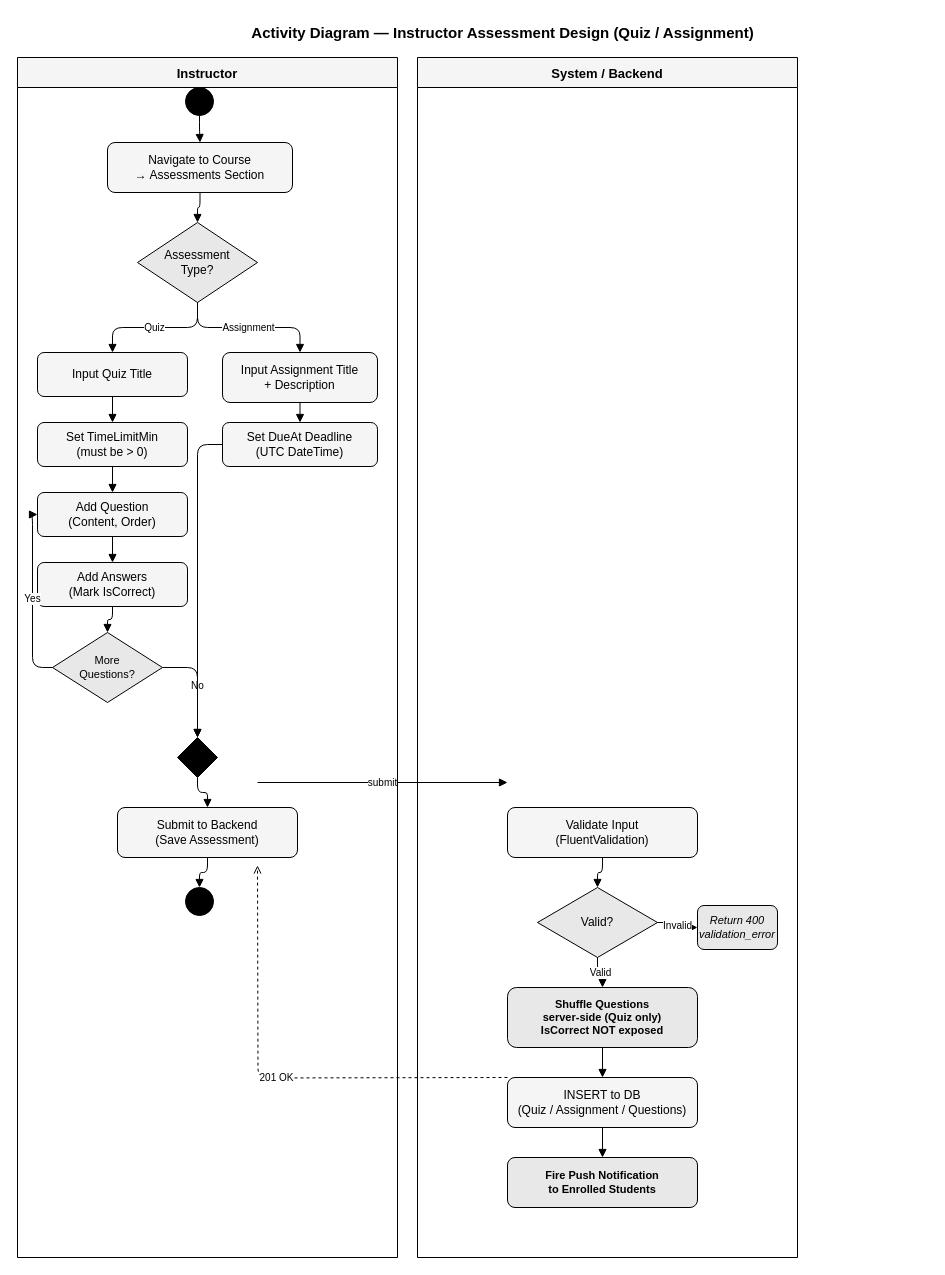
Above: page "Tab3 – Activity (Assessment Design)" (3 of 3) of BPMN/Phase2_Course_Management.drawio in ThaoChie/Elearning-Sys (draw.io), before the change. Source tidied: cells renumbered, new cells numbered last; positions are measured from the earlier drawing's top-left corner, leaving out a move shared by most shapes. Both pictures are drawn from the tidied source at 100%, with x=0, y=0 at pixel (17, 17).
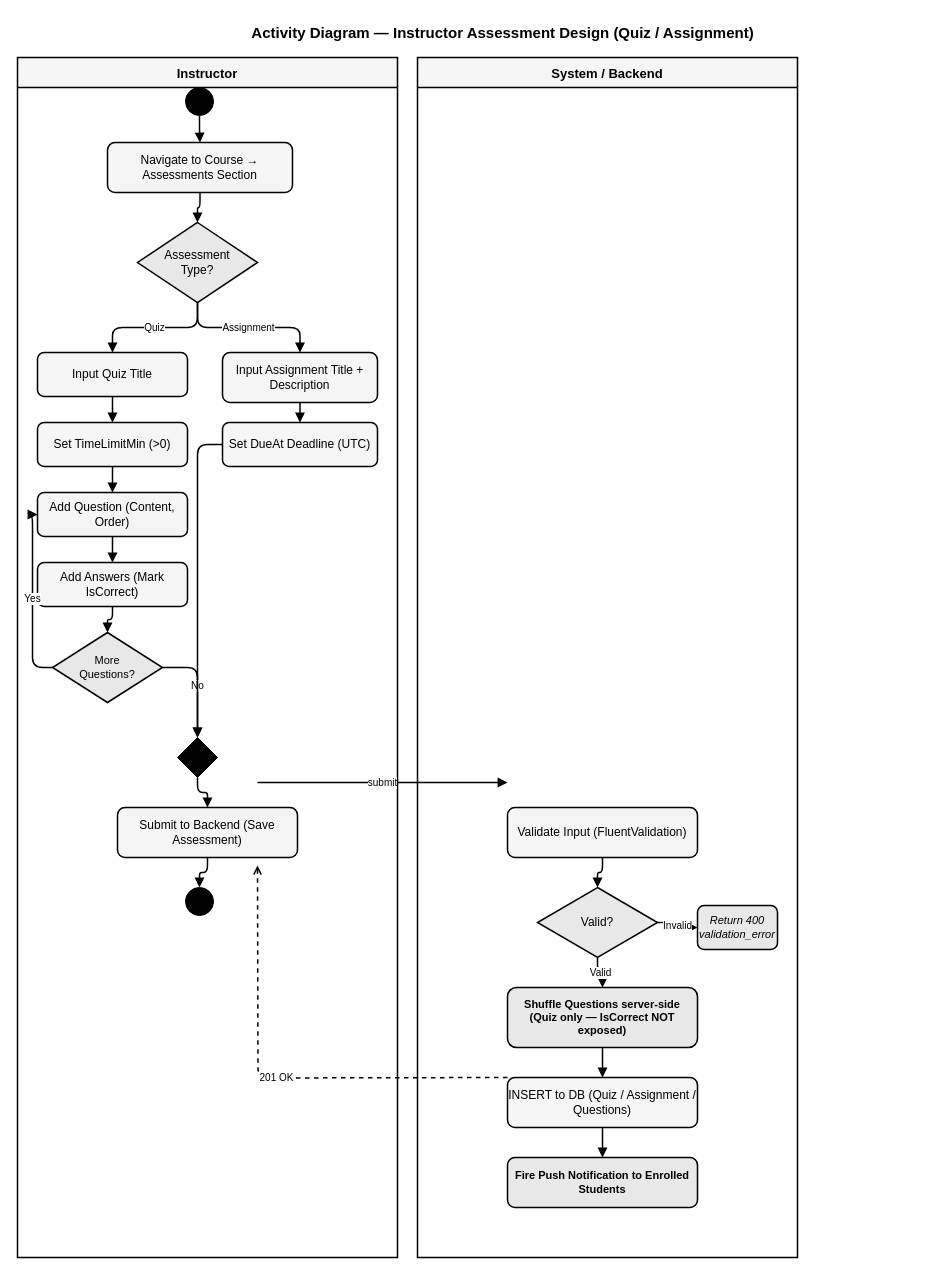
Above is the later version.

Unchanged cells that the change refers to:
```xml
<mxCell id="5" style="ellipse;fillColor=#000000;strokeColor=#000000;" parent="3" vertex="1">
  <mxGeometry x="168" y="30" width="28" height="28" as="geometry" />
</mxCell>
<mxCell id="15" style="rhombus;whiteSpace=wrap;html=1;fillColor=#000000;strokeColor=#000000;" parent="3" vertex="1">
  <mxGeometry x="160" y="680" width="40" height="40" as="geometry" />
</mxCell>
<mxCell id="17" style="ellipse;fillColor=#000000;strokeColor=#000000;shape=doubleEllipse;" parent="3" vertex="1">
  <mxGeometry x="168" y="830" width="28" height="28" as="geometry" />
</mxCell>
```

What changed in the source:
```diff
@@
-    <mxCell id="3" value="Instructor" style="swimlane;startSize=30;fillColor=#f5f5f5;strokeColor=#000000;fontStyle=1;fontSize=13;fontColor=#000000;" parent="1" vertex="1">
+    <mxCell id="3" value="Instructor" style="swimlane;startSize=30;fillColor=#f5f5f5;strokeColor=#000000;strokeWidth=1.5;fontStyle=1;fontSize=13;fontColor=#000000;" parent="1" vertex="1">
       <mxGeometry y="40" width="380" height="1200" as="geometry" />
     </mxCell>
-    <mxCell id="4" value="System / Backend" style="swimlane;startSize=30;fillColor=#f5f5f5;strokeColor=#000000;fontStyle=1;fontSize=13;fontColor=#000000;" parent="1" vertex="1">
+    <mxCell id="4" value="System / Backend" style="swimlane;startSize=30;fillColor=#f5f5f5;strokeColor=#000000;strokeWidth=1.5;fontStyle=1;fontSize=13;fontColor=#000000;" parent="1" vertex="1">
       <mxGeometry x="400" y="40" width="380" height="1200" as="geometry" />
     </mxCell>
@@
-    <mxCell id="6" value="Navigate to Course&#10;→ Assessments Section" style="rounded=1;whiteSpace=wrap;html=1;fillColor=#f5f5f5;strokeColor=#000000;fontSize=12;fontColor=#000000;" parent="3" vertex="1">
+    <mxCell id="6" value="Navigate to Course → Assessments Section" style="rounded=1;whiteSpace=wrap;html=1;fillColor=#f5f5f5;strokeColor=#000000;strokeWidth=1.5;fontSize=12;fontColor=#000000;" parent="3" vertex="1">
       <mxGeometry x="90" y="85" width="185" height="50" as="geometry" />
     </mxCell>
-    <mxCell id="7" value="Assessment&#10;Type?" style="rhombus;whiteSpace=wrap;html=1;fillColor=#e8e8e8;strokeColor=#000000;fontSize=12;fontColor=#000000;" parent="3" vertex="1">
+    <mxCell id="7" value="Assessment&#10;Type?" style="rhombus;whiteSpace=wrap;html=1;fillColor=#e8e8e8;strokeColor=#000000;strokeWidth=1.5;fontSize=12;fontColor=#000000;" parent="3" vertex="1">
       <mxGeometry x="120" y="165" width="120" height="80" as="geometry" />
     </mxCell>
-    <mxCell id="8" value="Input Quiz Title" style="rounded=1;whiteSpace=wrap;html=1;fillColor=#f5f5f5;strokeColor=#000000;fontSize=12;fontColor=#000000;" parent="3" vertex="1">
+    <mxCell id="8" value="Input Quiz Title" style="rounded=1;whiteSpace=wrap;html=1;fillColor=#f5f5f5;strokeColor=#000000;strokeWidth=1.5;fontSize=12;fontColor=#000000;" parent="3" vertex="1">
       <mxGeometry x="20" y="295" width="150" height="44" as="geometry" />
     </mxCell>
-    <mxCell id="9" value="Set TimeLimitMin&#10;(must be &gt; 0)" style="rounded=1;whiteSpace=wrap;html=1;fillColor=#f5f5f5;strokeColor=#000000;fontSize=12;fontColor=#000000;" parent="3" vertex="1">
+    <mxCell id="9" value="Set TimeLimitMin (&gt;0)" style="rounded=1;whiteSpace=wrap;html=1;fillColor=#f5f5f5;strokeColor=#000000;strokeWidth=1.5;fontSize=12;fontColor=#000000;" parent="3" vertex="1">
       <mxGeometry x="20" y="365" width="150" height="44" as="geometry" />
     </mxCell>
-    <mxCell id="10" value="Add Question&#10;(Content, Order)" style="rounded=1;whiteSpace=wrap;html=1;fillColor=#f5f5f5;strokeColor=#000000;fontSize=12;fontColor=#000000;" parent="3" vertex="1">
+    <mxCell id="10" value="Add Question (Content, Order)" style="rounded=1;whiteSpace=wrap;html=1;fillColor=#f5f5f5;strokeColor=#000000;strokeWidth=1.5;fontSize=12;fontColor=#000000;" parent="3" vertex="1">
       <mxGeometry x="20" y="435" width="150" height="44" as="geometry" />
     </mxCell>
-    <mxCell id="11" value="Add Answers&#10;(Mark IsCorrect)" style="rounded=1;whiteSpace=wrap;html=1;fillColor=#f5f5f5;strokeColor=#000000;fontSize=12;fontColor=#000000;" parent="3" vertex="1">
+    <mxCell id="11" value="Add Answers (Mark IsCorrect)" style="rounded=1;whiteSpace=wrap;html=1;fillColor=#f5f5f5;strokeColor=#000000;strokeWidth=1.5;fontSize=12;fontColor=#000000;" parent="3" vertex="1">
       <mxGeometry x="20" y="505" width="150" height="44" as="geometry" />
     </mxCell>
-    <mxCell id="12" value="More&#10;Questions?" style="rhombus;whiteSpace=wrap;html=1;fillColor=#e8e8e8;strokeColor=#000000;fontSize=11;fontColor=#000000;" parent="3" vertex="1">
+    <mxCell id="12" value="More&#10;Questions?" style="rhombus;whiteSpace=wrap;html=1;fillColor=#e8e8e8;strokeColor=#000000;strokeWidth=1.5;fontSize=11;fontColor=#000000;" parent="3" vertex="1">
       <mxGeometry x="35" y="575" width="110" height="70" as="geometry" />
     </mxCell>
-    <mxCell id="13" value="Input Assignment Title&#10;+ Description" style="rounded=1;whiteSpace=wrap;html=1;fillColor=#f5f5f5;strokeColor=#000000;fontSize=12;fontColor=#000000;" parent="3" vertex="1">
+    <mxCell id="13" value="Input Assignment Title + Description" style="rounded=1;whiteSpace=wrap;html=1;fillColor=#f5f5f5;strokeColor=#000000;strokeWidth=1.5;fontSize=12;fontColor=#000000;" parent="3" vertex="1">
       <mxGeometry x="205" y="295" width="155" height="50" as="geometry" />
     </mxCell>
-    <mxCell id="14" value="Set DueAt Deadline&#10;(UTC DateTime)" style="rounded=1;whiteSpace=wrap;html=1;fillColor=#f5f5f5;strokeColor=#000000;fontSize=12;fontColor=#000000;" parent="3" vertex="1">
+    <mxCell id="14" value="Set DueAt Deadline (UTC)" style="rounded=1;whiteSpace=wrap;html=1;fillColor=#f5f5f5;strokeColor=#000000;strokeWidth=1.5;fontSize=12;fontColor=#000000;" parent="3" vertex="1">
       <mxGeometry x="205" y="365" width="155" height="44" as="geometry" />
     </mxCell>
@@
-    <mxCell id="16" value="Submit to Backend&#10;(Save Assessment)" style="rounded=1;whiteSpace=wrap;html=1;fillColor=#f5f5f5;strokeColor=#000000;fontSize=12;fontColor=#000000;" parent="3" vertex="1">
+    <mxCell id="16" value="Submit to Backend (Save Assessment)" style="rounded=1;whiteSpace=wrap;html=1;fillColor=#f5f5f5;strokeColor=#000000;strokeWidth=1.5;fontSize=12;fontColor=#000000;" parent="3" vertex="1">
       <mxGeometry x="100" y="750" width="180" height="50" as="geometry" />
     </mxCell>
@@
-    <mxCell id="18" value="Validate Input&#10;(FluentValidation)" style="rounded=1;whiteSpace=wrap;html=1;fillColor=#f5f5f5;strokeColor=#000000;fontSize=12;fontColor=#000000;" parent="4" vertex="1">
+    <mxCell id="18" value="Validate Input (FluentValidation)" style="rounded=1;whiteSpace=wrap;html=1;fillColor=#f5f5f5;strokeColor=#000000;strokeWidth=1.5;fontSize=12;fontColor=#000000;" parent="4" vertex="1">
       <mxGeometry x="90" y="750" width="190" height="50" as="geometry" />
     </mxCell>
-    <mxCell id="19" value="Valid?" style="rhombus;whiteSpace=wrap;html=1;fillColor=#e8e8e8;strokeColor=#000000;fontSize=12;fontColor=#000000;" parent="4" vertex="1">
+    <mxCell id="19" value="Valid?" style="rhombus;whiteSpace=wrap;html=1;fillColor=#e8e8e8;strokeColor=#000000;strokeWidth=1.5;fontSize=12;fontColor=#000000;" parent="4" vertex="1">
       <mxGeometry x="120" y="830" width="120" height="70" as="geometry" />
     </mxCell>
-    <mxCell id="20" value="Return 400&#10;validation_error" style="rounded=1;whiteSpace=wrap;html=1;fillColor=#e8e8e8;strokeColor=#000000;fontSize=11;fontStyle=2;fontColor=#000000;" parent="4" vertex="1">
+    <mxCell id="20" value="Return 400&#10;validation_error" style="rounded=1;whiteSpace=wrap;html=1;fillColor=#e8e8e8;strokeColor=#000000;strokeWidth=1.5;fontSize=11;fontStyle=2;fontColor=#000000;" parent="4" vertex="1">
       <mxGeometry x="280" y="848" width="80" height="44" as="geometry" />
     </mxCell>
-    <mxCell id="21" value="Shuffle Questions&#10;server-side (Quiz only)&#10;IsCorrect NOT exposed" style="rounded=1;whiteSpace=wrap;html=1;fillColor=#e8e8e8;strokeColor=#000000;fontSize=11;fontStyle=1;fontColor=#000000;" parent="4" vertex="1">
+    <mxCell id="21" value="Shuffle Questions server-side&#10;(Quiz only — IsCorrect NOT exposed)" style="rounded=1;whiteSpace=wrap;html=1;fillColor=#e8e8e8;strokeColor=#000000;strokeWidth=1.5;fontSize=11;fontStyle=1;fontColor=#000000;" parent="4" vertex="1">
       <mxGeometry x="90" y="930" width="190" height="60" as="geometry" />
     </mxCell>
-    <mxCell id="22" value="INSERT to DB&#10;(Quiz / Assignment / Questions)" style="rounded=1;whiteSpace=wrap;html=1;fillColor=#f5f5f5;strokeColor=#000000;fontSize=12;fontColor=#000000;" parent="4" vertex="1">
+    <mxCell id="22" value="INSERT to DB (Quiz / Assignment / Questions)" style="rounded=1;whiteSpace=wrap;html=1;fillColor=#f5f5f5;strokeColor=#000000;strokeWidth=1.5;fontSize=12;fontColor=#000000;" parent="4" vertex="1">
       <mxGeometry x="90" y="1020" width="190" height="50" as="geometry" />
     </mxCell>
-    <mxCell id="23" value="Fire Push Notification&#10;to Enrolled Students" style="rounded=1;whiteSpace=wrap;html=1;fillColor=#e8e8e8;strokeColor=#000000;fontSize=11;fontStyle=1;fontColor=#000000;" parent="4" vertex="1">
+    <mxCell id="23" value="Fire Push Notification to Enrolled Students" style="rounded=1;whiteSpace=wrap;html=1;fillColor=#e8e8e8;strokeColor=#000000;strokeWidth=1.5;fontSize=11;fontStyle=1;fontColor=#000000;" parent="4" vertex="1">
       <mxGeometry x="90" y="1100" width="190" height="50" as="geometry" />
     </mxCell>
-    <mxCell id="24" style="endArrow=block;endFill=1;html=1;strokeColor=#000000;edgeStyle=orthogonalEdgeStyle;" parent="3" edge="1" source="5" target="6">
+    <mxCell id="24" style="endArrow=block;endFill=1;html=1;strokeColor=#000000;strokeWidth=1.5;edgeStyle=orthogonalEdgeStyle;" parent="3" edge="1" source="5" target="6">
       <mxGeometry relative="1" as="geometry" />
     </mxCell>
-    <mxCell id="25" style="endArrow=block;endFill=1;html=1;strokeColor=#000000;edgeStyle=orthogonalEdgeStyle;" parent="3" edge="1" source="6" target="7">
+    <mxCell id="25" style="endArrow=block;endFill=1;html=1;strokeColor=#000000;strokeWidth=1.5;edgeStyle=orthogonalEdgeStyle;" parent="3" edge="1" source="6" target="7">
       <mxGeometry relative="1" as="geometry" />
     </mxCell>
-    <mxCell id="26" value="Quiz" style="endArrow=block;endFill=1;html=1;strokeColor=#000000;edgeStyle=orthogonalEdgeStyle;fontSize=10;" parent="3" edge="1" source="7" target="8">
+    <mxCell id="26" value="Quiz" style="endArrow=block;endFill=1;html=1;strokeColor=#000000;strokeWidth=1.5;edgeStyle=orthogonalEdgeStyle;fontSize=10;" parent="3" edge="1" source="7" target="8">
       <mxGeometry relative="1" as="geometry" />
     </mxCell>
-    <mxCell id="27" value="Assignment" style="endArrow=block;endFill=1;html=1;strokeColor=#000000;edgeStyle=orthogonalEdgeStyle;fontSize=10;" parent="3" edge="1" source="7" target="13">
+    <mxCell id="27" value="Assignment" style="endArrow=block;endFill=1;html=1;strokeColor=#000000;strokeWidth=1.5;edgeStyle=orthogonalEdgeStyle;fontSize=10;" parent="3" edge="1" source="7" target="13">
       <mxGeometry relative="1" as="geometry" />
     </mxCell>
-    <mxCell id="28" style="endArrow=block;endFill=1;html=1;strokeColor=#000000;edgeStyle=orthogonalEdgeStyle;" parent="3" edge="1" source="8" target="9">
+    <mxCell id="28" style="endArrow=block;endFill=1;html=1;strokeColor=#000000;strokeWidth=1.5;edgeStyle=orthogonalEdgeStyle;" parent="3" edge="1" source="8" target="9">
       <mxGeometry relative="1" as="geometry" />
     </mxCell>
-    <mxCell id="29" style="endArrow=block;endFill=1;html=1;strokeColor=#000000;edgeStyle=orthogonalEdgeStyle;" parent="3" edge="1" source="9" target="10">
+    <mxCell id="29" style="endArrow=block;endFill=1;html=1;strokeColor=#000000;strokeWidth=1.5;edgeStyle=orthogonalEdgeStyle;" parent="3" edge="1" source="9" target="10">
       <mxGeometry relative="1" as="geometry" />
     </mxCell>
-    <mxCell id="30" style="endArrow=block;endFill=1;html=1;strokeColor=#000000;edgeStyle=orthogonalEdgeStyle;" parent="3" edge="1" source="10" target="11">
+    <mxCell id="30" style="endArrow=block;endFill=1;html=1;strokeColor=#000000;strokeWidth=1.5;edgeStyle=orthogonalEdgeStyle;" parent="3" edge="1" source="10" target="11">
       <mxGeometry relative="1" as="geometry" />
     </mxCell>
-    <mxCell id="31" style="endArrow=block;endFill=1;html=1;strokeColor=#000000;edgeStyle=orthogonalEdgeStyle;" parent="3" edge="1" source="11" target="12">
+    <mxCell id="31" style="endArrow=block;endFill=1;html=1;strokeColor=#000000;strokeWidth=1.5;edgeStyle=orthogonalEdgeStyle;" parent="3" edge="1" source="11" target="12">
       <mxGeometry relative="1" as="geometry" />
     </mxCell>
-    <mxCell id="32" value="Yes" style="endArrow=block;endFill=1;html=1;strokeColor=#000000;edgeStyle=orthogonalEdgeStyle;fontSize=10;" parent="3" edge="1" source="12" target="10">
+    <mxCell id="32" value="Yes" style="endArrow=block;endFill=1;html=1;strokeColor=#000000;strokeWidth=1.5;edgeStyle=orthogonalEdgeStyle;fontSize=10;" parent="3" edge="1" source="12" target="10">
       <mxGeometry relative="1" as="geometry">
         <Array as="points">
           <mxPoint x="15" y="610" />
           <mxPoint x="15" y="457" />
         </Array>
       </mxGeometry>
     </mxCell>
-    <mxCell id="33" value="No" style="endArrow=block;endFill=1;html=1;strokeColor=#000000;edgeStyle=orthogonalEdgeStyle;fontSize=10;" parent="3" edge="1" source="12" target="15">
+    <mxCell id="33" value="No" style="endArrow=block;endFill=1;html=1;strokeColor=#000000;strokeWidth=1.5;edgeStyle=orthogonalEdgeStyle;fontSize=10;" parent="3" edge="1" source="12" target="15">
       <mxGeometry relative="1" as="geometry" />
     </mxCell>
-    <mxCell id="34" style="endArrow=block;endFill=1;html=1;strokeColor=#000000;edgeStyle=orthogonalEdgeStyle;" parent="3" edge="1" source="13" target="14">
+    <mxCell id="34" style="endArrow=block;endFill=1;html=1;strokeColor=#000000;strokeWidth=1.5;edgeStyle=orthogonalEdgeStyle;" parent="3" edge="1" source="13" target="14">
       <mxGeometry relative="1" as="geometry" />
     </mxCell>
-    <mxCell id="35" style="endArrow=block;endFill=1;html=1;strokeColor=#000000;edgeStyle=orthogonalEdgeStyle;" parent="3" edge="1" source="14" target="15">
+    <mxCell id="35" style="endArrow=block;endFill=1;html=1;strokeColor=#000000;strokeWidth=1.5;edgeStyle=orthogonalEdgeStyle;" parent="3" edge="1" source="14" target="15">
       <mxGeometry relative="1" as="geometry" />
     </mxCell>
-    <mxCell id="36" style="endArrow=block;endFill=1;html=1;strokeColor=#000000;edgeStyle=orthogonalEdgeStyle;" parent="3" edge="1" source="15" target="16">
+    <mxCell id="36" style="endArrow=block;endFill=1;html=1;strokeColor=#000000;strokeWidth=1.5;edgeStyle=orthogonalEdgeStyle;" parent="3" edge="1" source="15" target="16">
       <mxGeometry relative="1" as="geometry" />
     </mxCell>
-    <mxCell id="37" style="endArrow=block;endFill=1;html=1;strokeColor=#000000;edgeStyle=orthogonalEdgeStyle;" parent="3" edge="1" source="16" target="17">
+    <mxCell id="37" style="endArrow=block;endFill=1;html=1;strokeColor=#000000;strokeWidth=1.5;edgeStyle=orthogonalEdgeStyle;" parent="3" edge="1" source="16" target="17">
       <mxGeometry relative="1" as="geometry" />
     </mxCell>
-    <mxCell id="38" style="endArrow=block;endFill=1;html=1;strokeColor=#000000;edgeStyle=orthogonalEdgeStyle;" parent="4" edge="1" source="18" target="19">
+    <mxCell id="38" style="endArrow=block;endFill=1;html=1;strokeColor=#000000;strokeWidth=1.5;edgeStyle=orthogonalEdgeStyle;" parent="4" edge="1" source="18" target="19">
       <mxGeometry relative="1" as="geometry" />
     </mxCell>
-    <mxCell id="39" value="Invalid" style="endArrow=block;endFill=1;html=1;strokeColor=#000000;edgeStyle=orthogonalEdgeStyle;fontSize=10;" parent="4" edge="1" source="19" target="20">
+    <mxCell id="39" value="Invalid" style="endArrow=block;endFill=1;html=1;strokeColor=#000000;strokeWidth=1.5;edgeStyle=orthogonalEdgeStyle;fontSize=10;" parent="4" edge="1" source="19" target="20">
       <mxGeometry relative="1" as="geometry" />
     </mxCell>
-    <mxCell id="40" value="Valid" style="endArrow=block;endFill=1;html=1;strokeColor=#000000;edgeStyle=orthogonalEdgeStyle;fontSize=10;" parent="4" edge="1" source="19" target="21">
+    <mxCell id="40" value="Valid" style="endArrow=block;endFill=1;html=1;strokeColor=#000000;strokeWidth=1.5;edgeStyle=orthogonalEdgeStyle;fontSize=10;" parent="4" edge="1" source="19" target="21">
       <mxGeometry relative="1" as="geometry" />
     </mxCell>
-    <mxCell id="41" style="endArrow=block;endFill=1;html=1;strokeColor=#000000;edgeStyle=orthogonalEdgeStyle;" parent="4" edge="1" source="21" target="22">
+    <mxCell id="41" style="endArrow=block;endFill=1;html=1;strokeColor=#000000;strokeWidth=1.5;edgeStyle=orthogonalEdgeStyle;" parent="4" edge="1" source="21" target="22">
       <mxGeometry relative="1" as="geometry" />
     </mxCell>
-    <mxCell id="42" style="endArrow=block;endFill=1;html=1;strokeColor=#000000;edgeStyle=orthogonalEdgeStyle;" parent="4" edge="1" source="22" target="23">
+    <mxCell id="42" style="endArrow=block;endFill=1;html=1;strokeColor=#000000;strokeWidth=1.5;edgeStyle=orthogonalEdgeStyle;" parent="4" edge="1" source="22" target="23">
       <mxGeometry relative="1" as="geometry" />
     </mxCell>
-    <mxCell id="43" value="submit" style="endArrow=block;endFill=1;html=1;strokeColor=#000000;fontSize=10;edgeStyle=orthogonalEdgeStyle;" parent="1" edge="1">
+    <mxCell id="43" value="submit" style="endArrow=block;endFill=1;html=1;strokeColor=#000000;strokeWidth=1.5;fontSize=10;edgeStyle=orthogonalEdgeStyle;" parent="1" edge="1">
       <mxGeometry relative="1" as="geometry">
         <mxPoint x="240" y="765" as="sourcePoint" />
         <mxPoint x="490" y="765" as="targetPoint" />
       </mxGeometry>
     </mxCell>
-    <mxCell id="44" value="201 OK" style="endArrow=open;endFill=0;dashed=1;html=1;strokeColor=#000000;fontSize=10;edgeStyle=orthogonalEdgeStyle;" parent="1" edge="1">
+    <mxCell id="44" value="201 OK" style="endArrow=open;endFill=0;dashed=1;html=1;strokeColor=#000000;strokeWidth=1.5;fontSize=10;edgeStyle=orthogonalEdgeStyle;" parent="1" edge="1">
       <mxGeometry relative="1" as="geometry">
         <mxPoint x="490" y="1060" as="sourcePoint" />
         <mxPoint x="240" y="848" as="targetPoint" />
       </mxGeometry>
     </mxCell>
```
